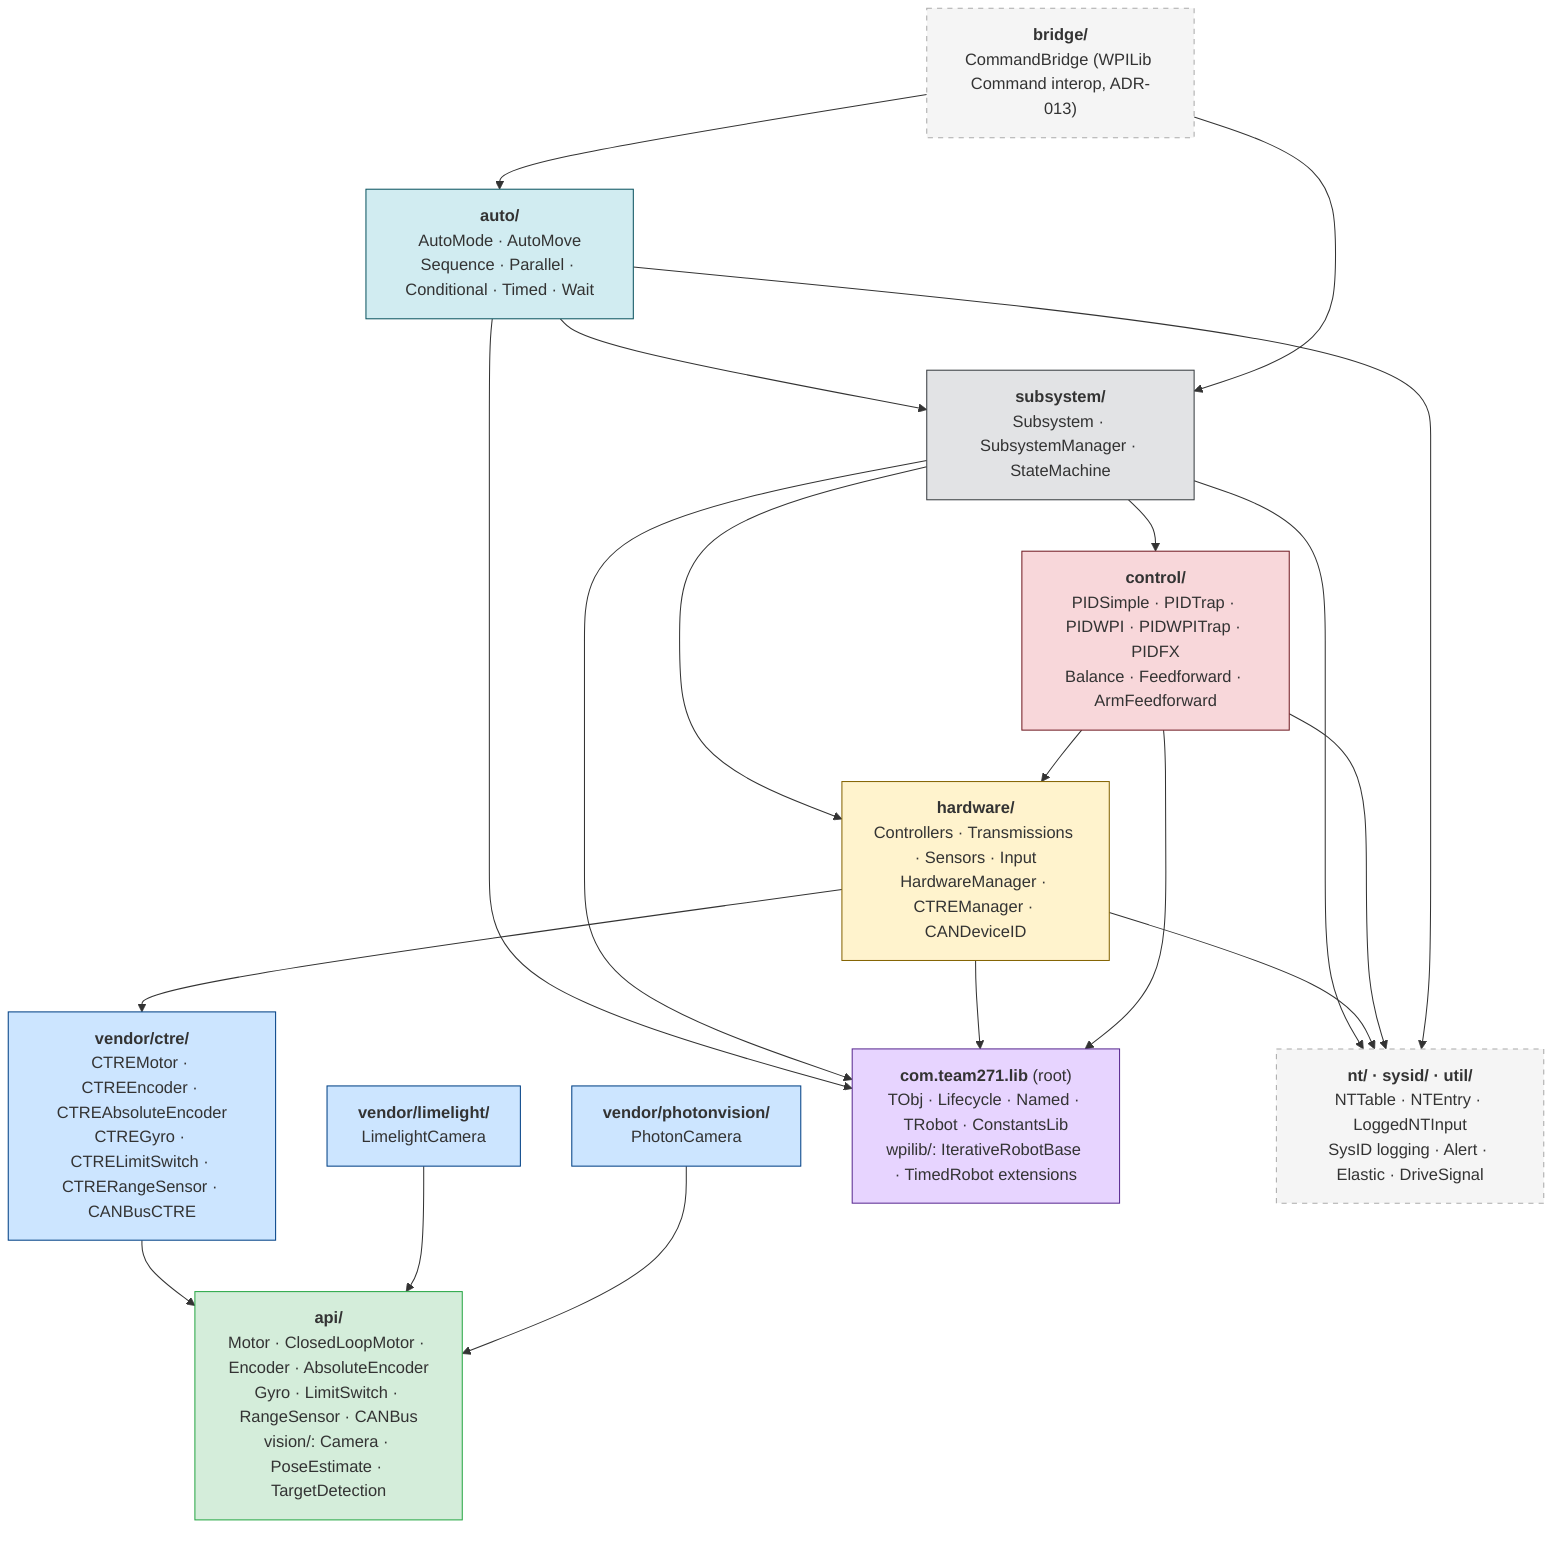
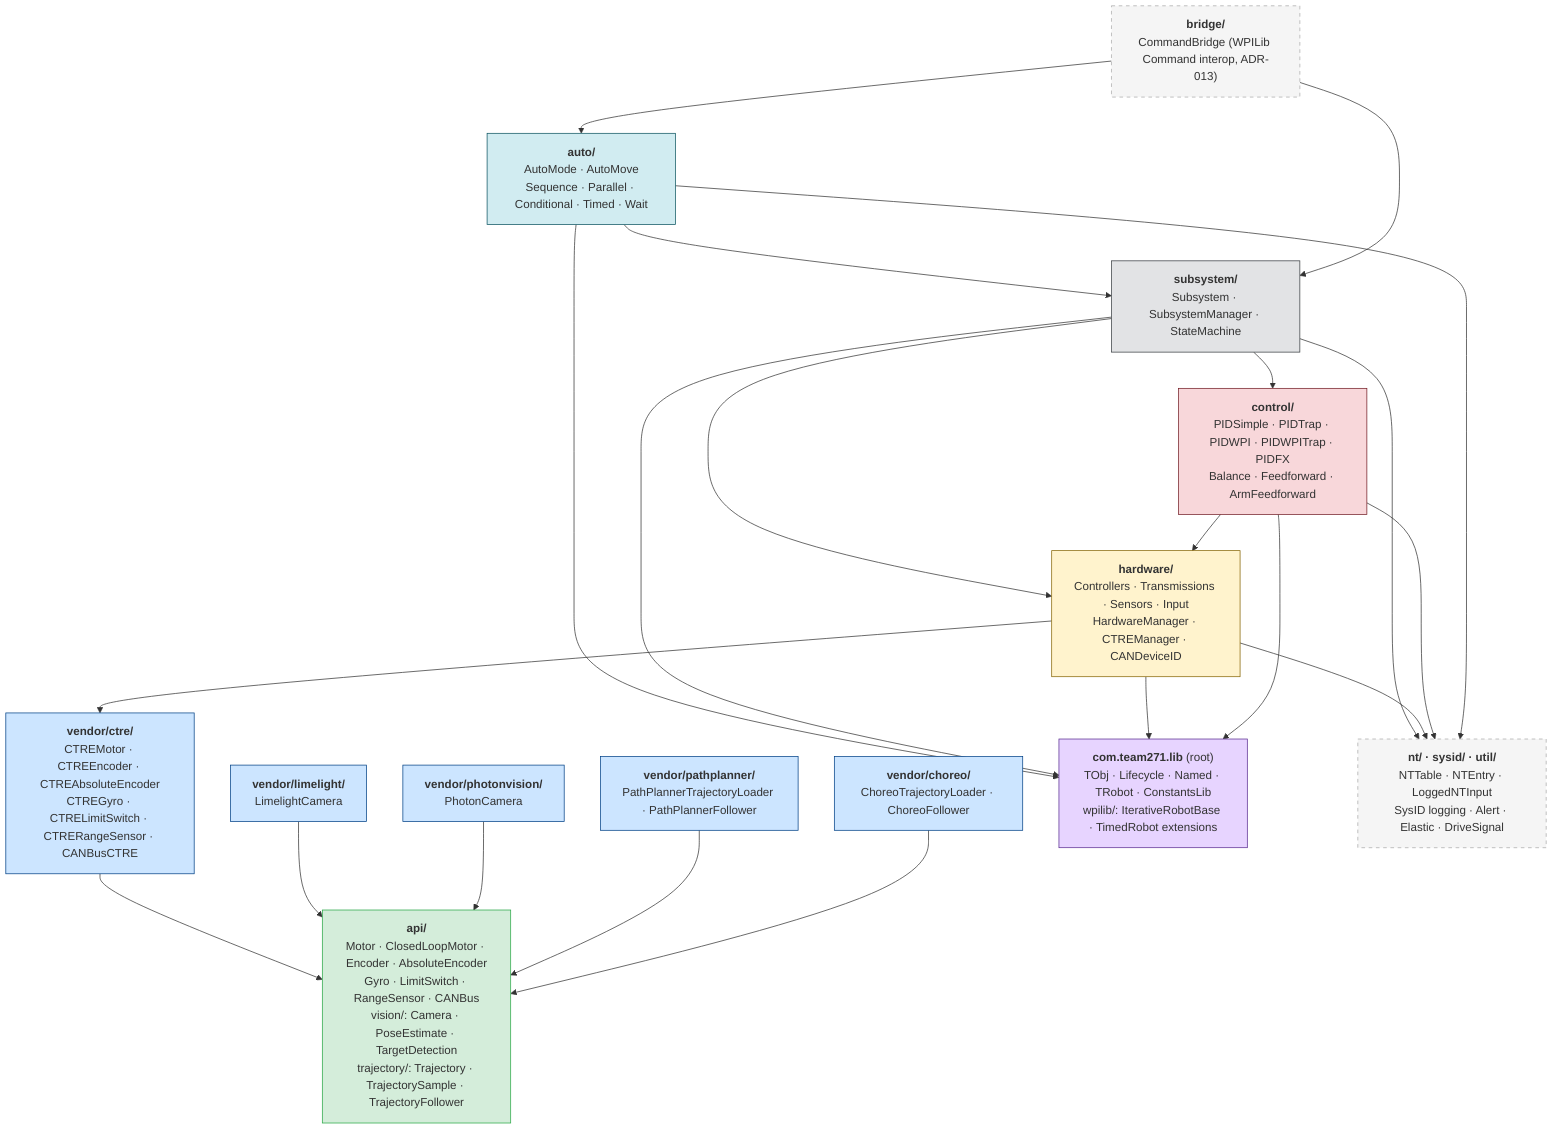
%% Team271-Lib — Six-Layer Architecture Dependency Diagram
%% Each layer may depend only on layers below it.
%% Arrow direction: "depends on"
%% Source of truth: ADR-004 (layered architecture), ADR-006 (CTRE primary),
+ %%                  ADR-013 (PathPlanner + Choreo trajectory abstraction),
%%                  ADR-016 (vision abstraction), ADR-017 (CAN-bus abstraction)

graph TD
    auto["<b>auto/</b><br/>AutoMode · AutoMove<br/>Sequence · Parallel · Conditional · Timed · Wait"]
    subsystem["<b>subsystem/</b><br/>Subsystem · SubsystemManager · StateMachine"]
    control["<b>control/</b><br/>PIDSimple · PIDTrap · PIDWPI · PIDWPITrap · PIDFX<br/>Balance · Feedforward · ArmFeedforward"]
    hardware["<b>hardware/</b><br/>Controllers · Transmissions · Sensors · Input<br/>HardwareManager · CTREManager · CANDeviceID"]
    vendor_ctre["<b>vendor/ctre/</b><br/>CTREMotor · CTREEncoder · CTREAbsoluteEncoder<br/>CTREGyro · CTRELimitSwitch · CTRERangeSensor · CANBusCTRE"]
    vendor_limelight["<b>vendor/limelight/</b><br/>LimelightCamera"]
    vendor_photon["<b>vendor/photonvision/</b><br/>PhotonCamera"]
-     api["<b>api/</b><br/>Motor · ClosedLoopMotor · Encoder · AbsoluteEncoder<br/>Gyro · LimitSwitch · RangeSensor · CANBus<br/>vision/: Camera · PoseEstimate · TargetDetection"]
+     vendor_pathplanner["<b>vendor/pathplanner/</b><br/>PathPlannerTrajectoryLoader · PathPlannerFollower"]
+     vendor_choreo["<b>vendor/choreo/</b><br/>ChoreoTrajectoryLoader · ChoreoFollower"]
+     api["<b>api/</b><br/>Motor · ClosedLoopMotor · Encoder · AbsoluteEncoder<br/>Gyro · LimitSwitch · RangeSensor · CANBus<br/>vision/: Camera · PoseEstimate · TargetDetection<br/>trajectory/: Trajectory · TrajectorySample · TrajectoryFollower"]
    root["<b>com.team271.lib</b> (root)<br/>TObj · Lifecycle · Named · TRobot · ConstantsLib<br/>wpilib/: IterativeRobotBase · TimedRobot extensions"]
    crosscut["<b>nt/ · sysid/ · util/</b><br/>NTTable · NTEntry · LoggedNTInput<br/>SysID logging · Alert · Elastic · DriveSignal"]
    bridge["<b>bridge/</b><br/>CommandBridge (WPILib Command interop, ADR-013)"]

    auto --> subsystem
    subsystem --> control
    subsystem --> hardware
    control --> hardware
    hardware --> vendor_ctre
    vendor_ctre --> api
    vendor_limelight --> api
    vendor_photon --> api
+     vendor_pathplanner --> api
+     vendor_choreo --> api
    bridge --> auto
    bridge --> subsystem

    subsystem --> crosscut
    hardware --> crosscut
    control --> crosscut
    auto --> crosscut

    auto --> root
    subsystem --> root
    hardware --> root
    control --> root

    style api fill:#d4edda,stroke:#28a745
    style vendor_ctre fill:#cce5ff,stroke:#004085
    style vendor_limelight fill:#cce5ff,stroke:#004085
    style vendor_photon fill:#cce5ff,stroke:#004085
+     style vendor_pathplanner fill:#cce5ff,stroke:#004085
+     style vendor_choreo fill:#cce5ff,stroke:#004085
    style hardware fill:#fff3cd,stroke:#856404
    style control fill:#f8d7da,stroke:#721c24
    style subsystem fill:#e2e3e5,stroke:#383d41
    style auto fill:#d1ecf1,stroke:#0c5460
    style root fill:#e7d4ff,stroke:#5a2b91
    style crosscut fill:#f5f5f5,stroke:#aaa,stroke-dasharray: 5 5
    style bridge fill:#f5f5f5,stroke:#aaa,stroke-dasharray: 5 5
